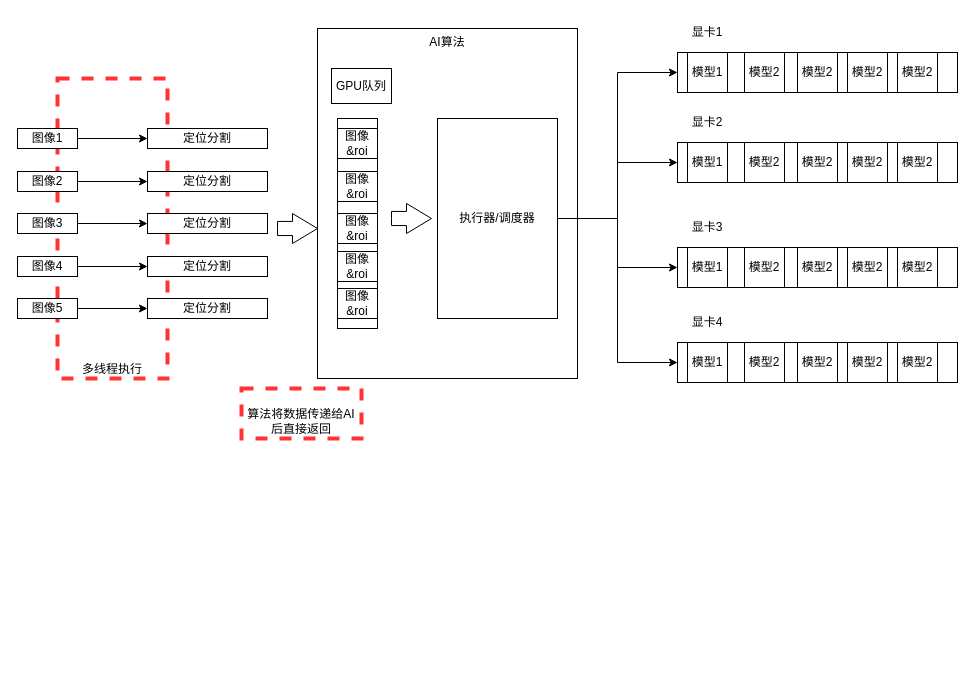
Before: drawio/AI效率.drawio in Guyiguang/-DrawIO, a draw.io diagram. Source tidied: cells renumbered, new cells numbered last; positions are measured from the earlier drawing's top-left corner, leaving out a move shared by most shapes. Both pictures are drawn from the tidied source at 100%, with x=0, y=0 at pixel (17, 17).
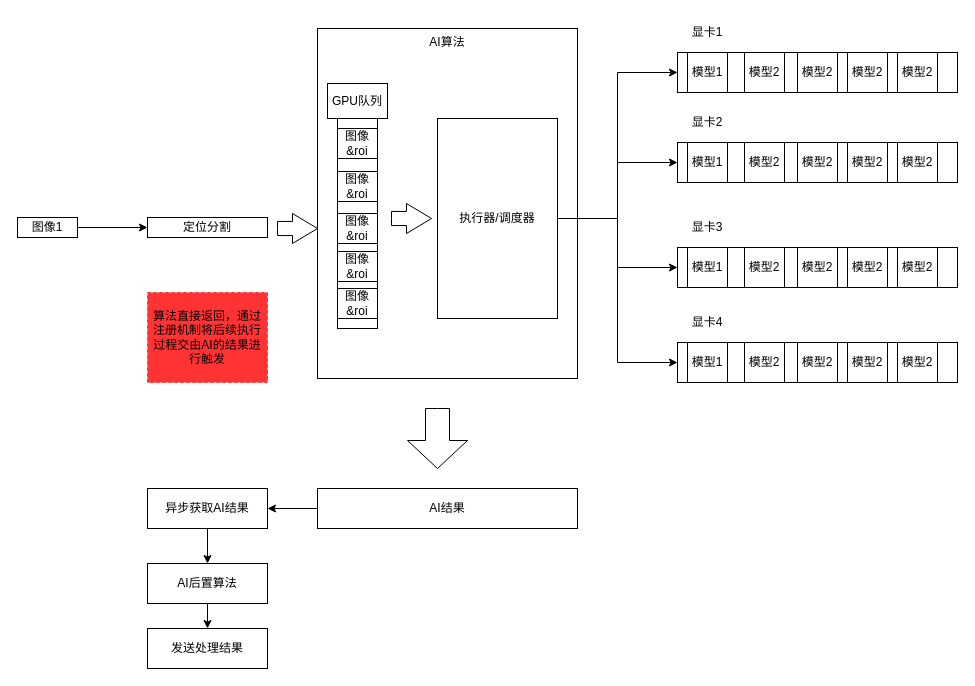
The same page after the edit.

The edit, as a diff of the source:
```diff
@@
-    <mxCell id="3" value="算法将数据传递给AI后直接返回" style="rounded=0;whiteSpace=wrap;html=1;strokeColor=#FF3333;dashed=1;strokeWidth=4;verticalAlign=bottom;" parent="1" vertex="1">
-      <mxGeometry x="224" y="371" width="120" height="50" as="geometry" />
-    </mxCell>
-    <mxCell id="4" value="多线程执行" style="rounded=0;whiteSpace=wrap;html=1;strokeColor=#FF3333;dashed=1;strokeWidth=4;verticalAlign=bottom;" parent="1" vertex="1">
-      <mxGeometry x="40" y="61" width="110" height="300" as="geometry" />
-    </mxCell>
@@
     <mxCell id="6" value="图像1" style="rounded=0;whiteSpace=wrap;html=1;" parent="1" vertex="1">
-      <mxGeometry y="111" width="60" height="20" as="geometry" />
+      <mxGeometry y="200" width="60" height="20" as="geometry" />
     </mxCell>
-    <mxCell id="7" style="edgeStyle=orthogonalEdgeStyle;rounded=0;jettySize=auto;html=1;exitX=1;exitY=0.5;exitDx=0;exitDy=0;" parent="1" edge="1" source="8" target="16">
-      <mxGeometry relative="1" as="geometry" />
-    </mxCell>
-    <mxCell id="8" value="图像2" style="rounded=0;whiteSpace=wrap;html=1;" parent="1" vertex="1">
-      <mxGeometry y="154" width="60" height="20" as="geometry" />
-    </mxCell>
-    <mxCell id="9" style="edgeStyle=orthogonalEdgeStyle;rounded=0;jettySize=auto;html=1;exitX=1;exitY=0.5;exitDx=0;exitDy=0;entryX=0;entryY=0.5;entryDx=0;entryDy=0;" parent="1" edge="1" source="10" target="17">
-      <mxGeometry relative="1" as="geometry" />
-    </mxCell>
-    <mxCell id="10" value="图像3" style="rounded=0;whiteSpace=wrap;html=1;" parent="1" vertex="1">
-      <mxGeometry y="196" width="60" height="20" as="geometry" />
-    </mxCell>
-    <mxCell id="11" style="edgeStyle=orthogonalEdgeStyle;rounded=0;jettySize=auto;html=1;exitX=1;exitY=0.5;exitDx=0;exitDy=0;entryX=0;entryY=0.5;entryDx=0;entryDy=0;" parent="1" edge="1" source="12" target="18">
-      <mxGeometry relative="1" as="geometry" />
-    </mxCell>
-    <mxCell id="12" value="图像4" style="rounded=0;whiteSpace=wrap;html=1;" parent="1" vertex="1">
-      <mxGeometry y="239" width="60" height="20" as="geometry" />
-    </mxCell>
-    <mxCell id="13" style="edgeStyle=orthogonalEdgeStyle;rounded=0;jettySize=auto;html=1;exitX=1;exitY=0.5;exitDx=0;exitDy=0;entryX=0;entryY=0.5;entryDx=0;entryDy=0;" parent="1" edge="1" source="14" target="19">
-      <mxGeometry relative="1" as="geometry" />
-    </mxCell>
-    <mxCell id="14" value="图像5" style="rounded=0;whiteSpace=wrap;html=1;" parent="1" vertex="1">
-      <mxGeometry y="281" width="60" height="20" as="geometry" />
-    </mxCell>
     <mxCell id="15" value="定位分割" style="rounded=0;whiteSpace=wrap;html=1;" parent="1" vertex="1">
-      <mxGeometry x="130" y="111" width="120" height="20" as="geometry" />
+      <mxGeometry x="130" y="200" width="120" height="20" as="geometry" />
     </mxCell>
-    <mxCell id="16" value="定位分割" style="rounded=0;whiteSpace=wrap;html=1;" parent="1" vertex="1">
-      <mxGeometry x="130" y="154" width="120" height="20" as="geometry" />
-    </mxCell>
-    <mxCell id="17" value="定位分割" style="rounded=0;whiteSpace=wrap;html=1;" parent="1" vertex="1">
-      <mxGeometry x="130" y="196" width="120" height="20" as="geometry" />
-    </mxCell>
-    <mxCell id="18" value="定位分割" style="rounded=0;whiteSpace=wrap;html=1;" parent="1" vertex="1">
-      <mxGeometry x="130" y="239" width="120" height="20" as="geometry" />
-    </mxCell>
-    <mxCell id="19" value="定位分割" style="rounded=0;whiteSpace=wrap;html=1;" parent="1" vertex="1">
-      <mxGeometry x="130" y="281" width="120" height="20" as="geometry" />
-    </mxCell>
@@
     <mxCell id="33" value="GPU队列" style="rounded=0;whiteSpace=wrap;html=1;" parent="1" vertex="1">
-      <mxGeometry x="314" y="51" width="60" height="35" as="geometry" />
+      <mxGeometry x="310" y="66" width="60" height="35" as="geometry" />
     </mxCell>
@@
+    <mxCell id="62" style="edgeStyle=orthogonalEdgeStyle;rounded=0;jettySize=auto;html=1;exitX=0;exitY=0.5;exitDx=0;exitDy=0;entryX=1;entryY=0.5;entryDx=0;entryDy=0;" parent="1" edge="1" source="63" target="66">
+      <mxGeometry relative="1" as="geometry" />
+    </mxCell>
+    <mxCell id="63" value="AI结果" style="rounded=0;whiteSpace=wrap;html=1;" parent="1" vertex="1">
+      <mxGeometry x="300" y="471" width="260" height="40" as="geometry" />
+    </mxCell>
+    <mxCell id="64" style="html=1;shadow=0;dashed=0;align=center;verticalAlign=middle;shape=mxgraph.arrows2.arrow;dy=0.6;dx=28;direction=south;notch=0;" parent="1" vertex="1">
+      <mxGeometry x="390" y="391" width="60" height="60" as="geometry" />
+    </mxCell>
+    <mxCell id="65" style="edgeStyle=orthogonalEdgeStyle;rounded=0;jettySize=auto;html=1;exitX=0.5;exitY=1;exitDx=0;exitDy=0;" parent="1" edge="1" source="66" target="68">
+      <mxGeometry relative="1" as="geometry" />
+    </mxCell>
+    <mxCell id="66" value="异步获取AI结果" style="rounded=0;whiteSpace=wrap;html=1;" parent="1" vertex="1">
+      <mxGeometry x="130" y="471" width="120" height="40" as="geometry" />
+    </mxCell>
+    <mxCell id="67" style="edgeStyle=orthogonalEdgeStyle;rounded=0;jettySize=auto;html=1;exitX=0.5;exitY=1;exitDx=0;exitDy=0;entryX=0.5;entryY=0;entryDx=0;entryDy=0;" parent="1" edge="1" source="68" target="69">
+      <mxGeometry relative="1" as="geometry" />
+    </mxCell>
+    <mxCell id="68" value="AI后置算法" style="rounded=0;whiteSpace=wrap;html=1;" parent="1" vertex="1">
+      <mxGeometry x="130" y="546" width="120" height="40" as="geometry" />
+    </mxCell>
+    <mxCell id="69" value="发送处理结果" style="rounded=0;whiteSpace=wrap;html=1;" parent="1" vertex="1">
+      <mxGeometry x="130" y="611" width="120" height="40" as="geometry" />
+    </mxCell>
+    <mxCell id="70" value="算法直接返回，通过注册机制将后续执行过程交由AI的结果进行触发" style="rounded=0;whiteSpace=wrap;html=1;dashed=1;strokeColor=#FF3333;fillColor=#FF3333;" parent="1" vertex="1">
+      <mxGeometry x="130" y="275" width="120" height="90" as="geometry" />
+    </mxCell>
```
